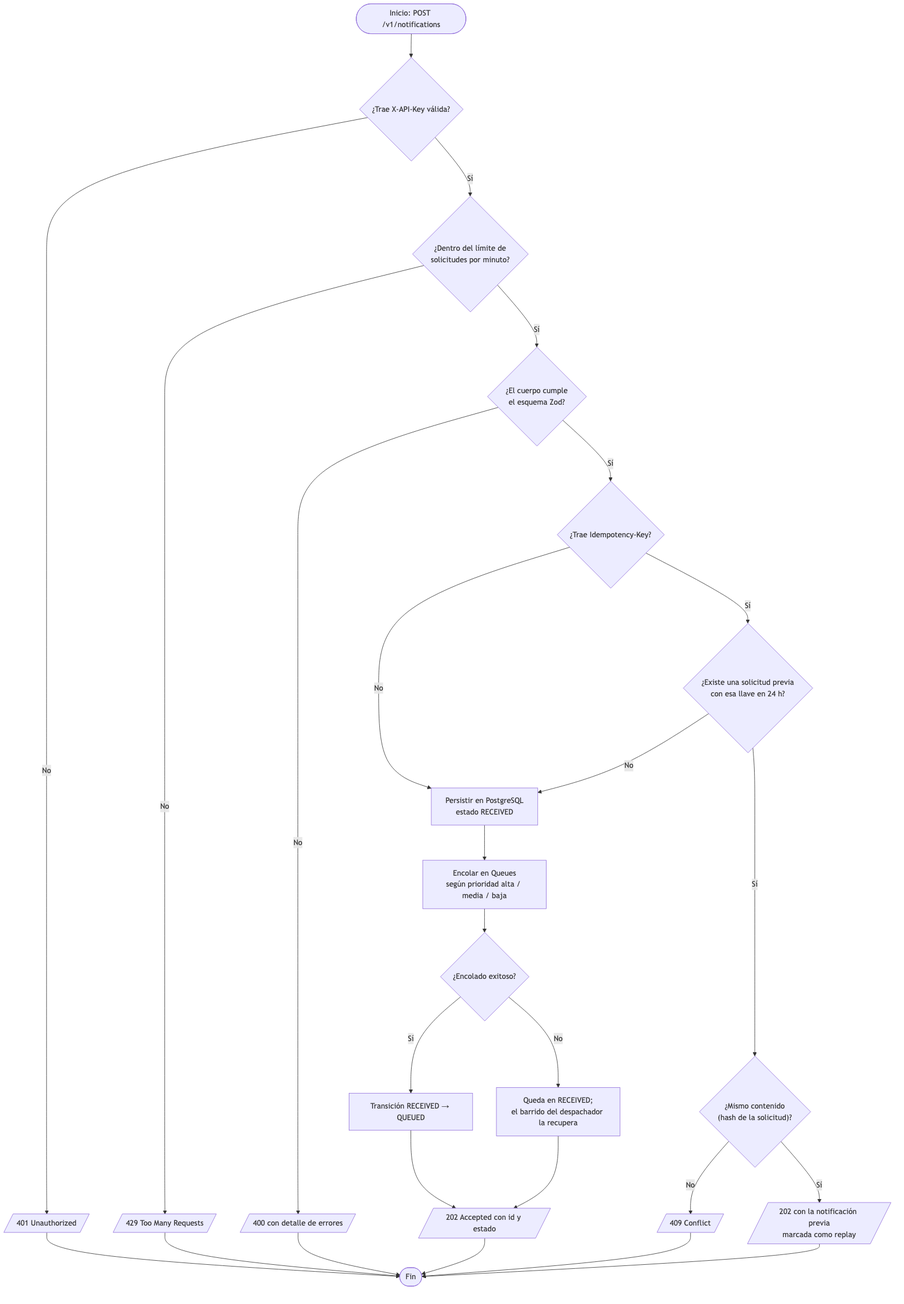
The Mermaid diagram docs/diagrams/render/09-flujo-recepcion.png in joseraulsoriano/notifyhub, before a commit. Its source is kept beside it as docs/diagrams/09-flujo-recepcion.mmd. The source it was exported from:
```mermaid
flowchart TD
  A([Inicio: POST /v1/notifications]) --> B{¿Trae X-API-Key válida?}
  B -- No --> B1[/401 Unauthorized/] --> Z([Fin])
  B -- Sí --> C{¿Dentro del límite de<br/>solicitudes por minuto?}
  C -- No --> C1[/429 Too Many Requests/] --> Z
  C -- Sí --> D{¿El cuerpo cumple<br/>el esquema Zod?}
  D -- No --> D1[/400 con detalle de errores/] --> Z
  D -- Sí --> E{¿Trae Idempotency-Key?}
  E -- No --> H
  E -- Sí --> F{¿Existe una solicitud previa<br/>con esa llave en 24 h?}
  F -- No --> H
  F -- Sí --> G{"¿Mismo contenido<br/>(hash de la solicitud)?"}
  G -- No --> G1[/409 Conflict/] --> Z
  G -- Sí --> G2[/202 con la notificación previa<br/>marcada como replay/] --> Z
  H[Persistir en PostgreSQL<br/>estado RECEIVED] --> I[Encolar en Queues<br/>según prioridad alta / media / baja]
  I --> J{¿Encolado exitoso?}
  J -- Sí --> K[Transición RECEIVED → QUEUED] --> L[/202 Accepted con id y estado/] --> Z
  J -- No --> M[Queda en RECEIVED;<br/>el barrido del despachador la recupera] --> L
```
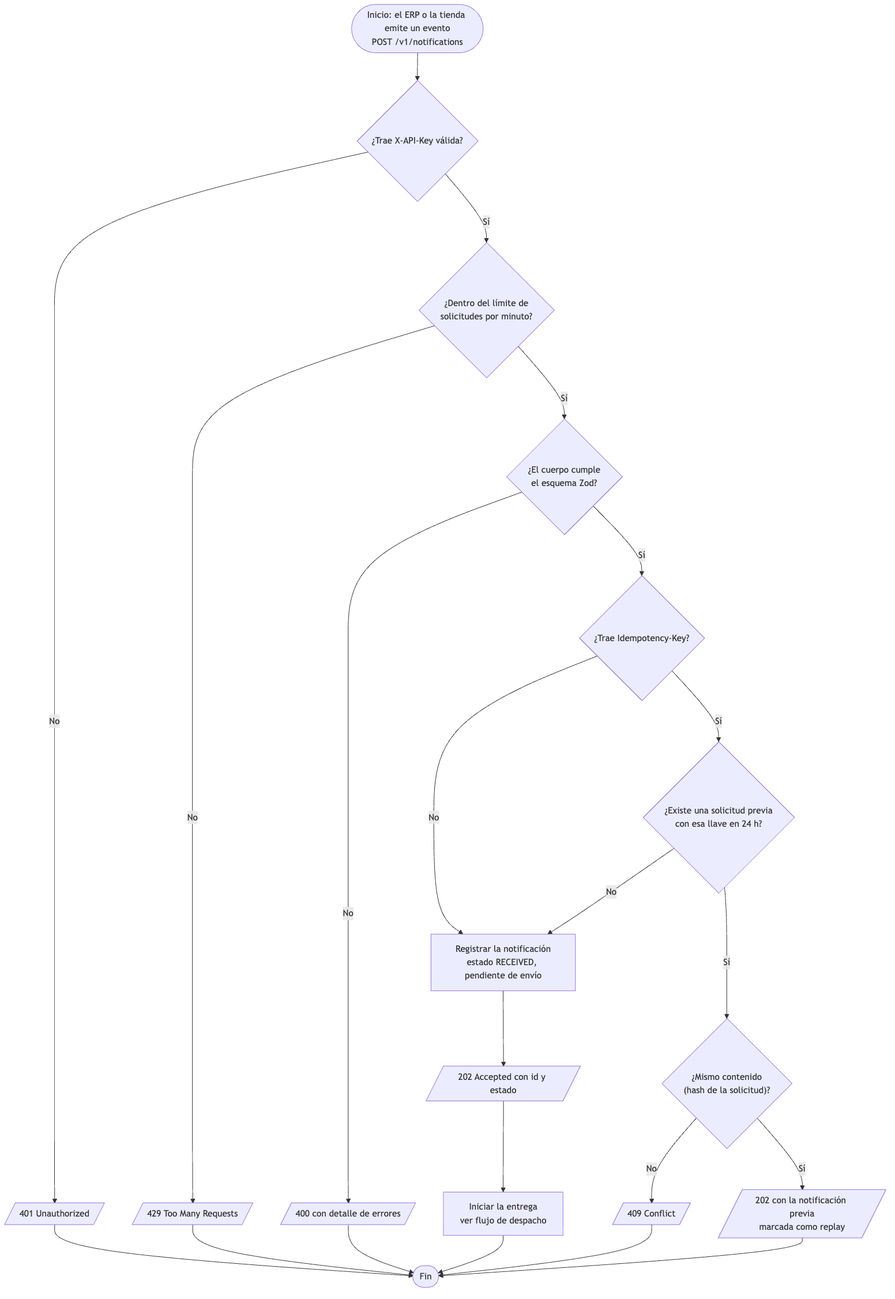
The same diagram one commit later.

The edit, as a diff of the source:
```diff
@@ -1,5 +1,5 @@
 flowchart TD
-  A([Inicio: POST /v1/notifications]) --> B{¿Trae X-API-Key válida?}
+  A([Inicio: el ERP o la tienda emite un evento<br/>POST /v1/notifications]) --> B{¿Trae X-API-Key válida?}
   B -- No --> B1[/401 Unauthorized/] --> Z([Fin])
   B -- Sí --> C{¿Dentro del límite de<br/>solicitudes por minuto?}
   C -- No --> C1[/429 Too Many Requests/] --> Z
@@ -12,7 +12,5 @@
   F -- Sí --> G{"¿Mismo contenido<br/>(hash de la solicitud)?"}
   G -- No --> G1[/409 Conflict/] --> Z
   G -- Sí --> G2[/202 con la notificación previa<br/>marcada como replay/] --> Z
-  H[Persistir en PostgreSQL<br/>estado RECEIVED] --> I[Encolar en Queues<br/>según prioridad alta / media / baja]
-  I --> J{¿Encolado exitoso?}
-  J -- Sí --> K[Transición RECEIVED → QUEUED] --> L[/202 Accepted con id y estado/] --> Z
-  J -- No --> M[Queda en RECEIVED;<br/>el barrido del despachador la recupera] --> L
+  H[Registrar la notificación<br/>estado RECEIVED, pendiente de envío] --> L[/202 Accepted con id y estado/]
+  L --> K[Iniciar la entrega<br/>ver flujo de despacho] --> Z
```
